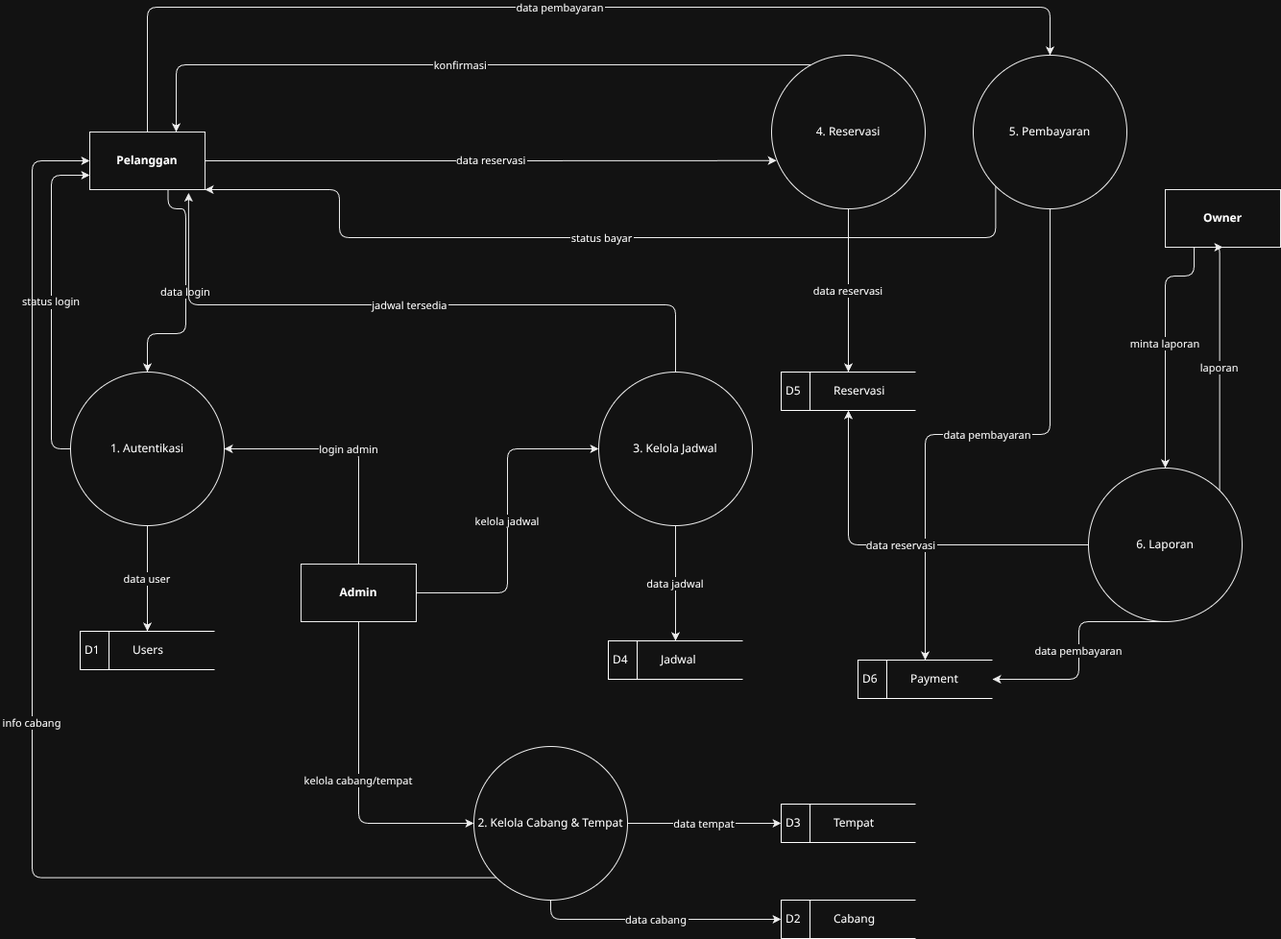
Before: assets/DFD/DFD-Level-0.png, a diagram exported from draw.io (amdqeis/IMPAL). Source tidied: cells renumbered, new cells last; positions are measured from the earlier drawing's top-left corner, leaving out a move shared by most shapes.
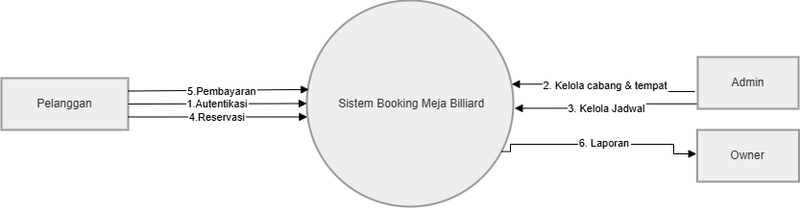
The same diagram one commit later.

What changed in the source:
```diff
@@ -1,166 +1,47 @@
 <mxGraphModel>
   <root>
-    <mxCell id="0" />
-    <mxCell id="1" parent="0" />
+    <mxCell id="38" />
+    <mxCell id="39" parent="38" />
-    <mxCell id="2" value="Pelanggan" style="shape=rectangle;strokeColor=black;fillColor=#ffffff;whiteSpace=wrap;fontSize=12;fontStyle=1;" parent="1" vertex="1">
-      <mxGeometry x="60" y="130" width="120" height="60" as="geometry" />
+    <mxCell id="2" value="Pelanggan" style="whiteSpace=wrap;strokeWidth=2;fillColor=light-dark(#eeeeee,#1f2020);strokeColor=light-dark(#999999,#cccccc);fontColor=light-dark(#333333,#cccccc);" parent="39" vertex="1">
+      <mxGeometry x="180" y="-489" width="132" height="54" as="geometry" />
     </mxCell>
-    <mxCell id="3" value="Admin" style="shape=rectangle;strokeColor=black;fillColor=#ffffff;whiteSpace=wrap;fontSize=12;fontStyle=1;" parent="1" vertex="1">
-      <mxGeometry x="280" y="580" width="120" height="60" as="geometry" />
+    <mxCell id="3" value="Admin" style="whiteSpace=wrap;strokeWidth=2;fillColor=light-dark(#eeeeee,#1f2020);strokeColor=light-dark(#999999,#cccccc);fontColor=light-dark(#333333,#cccccc);" parent="39" vertex="1">
+      <mxGeometry x="905" y="-511" width="105" height="54" as="geometry" />
     </mxCell>
-    <mxCell id="4" value="Owner" style="shape=rectangle;strokeColor=black;fillColor=#ffffff;whiteSpace=wrap;fontSize=12;fontStyle=1;" parent="1" vertex="1">
-      <mxGeometry x="1180" y="190" width="120" height="60" as="geometry" />
+    <mxCell id="4" value="Owner" style="whiteSpace=wrap;strokeWidth=2;fillColor=light-dark(#eeeeee,#1f2020);strokeColor=light-dark(#999999,#cccccc);fontColor=light-dark(#333333,#cccccc);" parent="39" vertex="1">
+      <mxGeometry x="904.5" y="-435" width="106" height="54" as="geometry" />
     </mxCell>
-    <mxCell id="5" value="1. Autentikasi" style="ellipse;strokeColor=black;fillColor=none;whiteSpace=wrap;" parent="1" vertex="1">
-      <mxGeometry x="40" y="380" width="160" height="160" as="geometry" />
-    </mxCell>
-    <mxCell id="6" value="2. Kelola Cabang &amp; Tempat" style="ellipse;strokeColor=black;fillColor=none;whiteSpace=wrap;" parent="1" vertex="1">
-      <mxGeometry x="460" y="770" width="160" height="160" as="geometry" />
-    </mxCell>
+    <mxCell id="40" value=" Sistem Booking Meja Billiard" style="ellipse;strokeWidth=2;whiteSpace=wrap;fillColor=light-dark(#eeeeee,#1f2020);strokeColor=light-dark(#999999,#cccccc);fontColor=light-dark(#333333,#cccccc);" parent="39" vertex="1">
+      <mxGeometry x="498" y="-570" width="215" height="215" as="geometry" />
+    </mxCell>
+    <mxCell id="41" value="1.Autentikasi" style="curved=0;startArrow=none;endArrow=block;exitX=1;exitY=0.5;entryX=0;entryY=0.5;rounded=0;exitDx=0;exitDy=0;entryDx=0;entryDy=0;" parent="39" edge="1" source="2" target="40">
+      <mxGeometry relative="1" as="geometry" />
+    </mxCell>
+    <mxCell id="42" value="2. Kelola cabang &amp; tempat" style="startArrow=none;endArrow=block;exitX=-0.029;exitY=0.667;entryX=0.992;entryY=0.406;rounded=0;exitDx=0;exitDy=0;exitPerimeter=0;entryDx=0;entryDy=0;entryPerimeter=0;edgeStyle=orthogonalEdgeStyle;" parent="39" edge="1" source="3" target="40">
+      <mxGeometry relative="1" as="geometry" />
+    </mxCell>
-    <mxCell id="7" value="3. Kelola Jadwal" style="ellipse;strokeColor=black;fillColor=none;whiteSpace=wrap;" parent="1" vertex="1">
-      <mxGeometry x="590" y="380" width="160" height="160" as="geometry" />
+    <mxCell id="7" value="3. Kelola Jadwal" style="startArrow=none;endArrow=block;exitX=-0.01;exitY=0.904;entryX=1.006;entryY=0.523;rounded=0;exitDx=0;exitDy=0;exitPerimeter=0;entryDx=0;entryDy=0;entryPerimeter=0;edgeStyle=orthogonalEdgeStyle;" parent="39" edge="1" source="3" target="40">
+      <mxGeometry x="0.02" y="1" relative="1" as="geometry">
+        <mxPoint x="1" y="-1" as="offset" />
+      </mxGeometry>
     </mxCell>
-    <mxCell id="8" value="4. Reservasi" style="ellipse;strokeColor=black;fillColor=none;whiteSpace=wrap;" parent="1" vertex="1">
-      <mxGeometry x="770" y="50" width="160" height="160" as="geometry" />
-    </mxCell>
-    <mxCell id="9" value="5. Pembayaran" style="ellipse;strokeColor=black;fillColor=none;whiteSpace=wrap;" parent="1" vertex="1">
-      <mxGeometry x="980" y="50" width="160" height="160" as="geometry" />
-    </mxCell>
+    <mxCell id="43" value="4.Reservasi" style="curved=0;startArrow=none;endArrow=block;exitX=1;exitY=0.75;entryX=0.002;entryY=0.565;rounded=0;exitDx=0;exitDy=0;entryDx=0;entryDy=0;entryPerimeter=0;" parent="39" edge="1" source="2" target="40">
+      <mxGeometry relative="1" as="geometry" />
+    </mxCell>
+    <mxCell id="44" value="5.Pembayaran" style="curved=0;startArrow=none;endArrow=block;exitX=1;exitY=0.25;entryX=0.01;entryY=0.432;rounded=0;exitDx=0;exitDy=0;entryDx=0;entryDy=0;entryPerimeter=0;" parent="39" edge="1" source="2" target="40">
+      <mxGeometry x="0.04" y="-1" relative="1" as="geometry" />
+    </mxCell>
-    <mxCell id="10" value="6. Laporan" style="ellipse;strokeColor=black;fillColor=none;whiteSpace=wrap;" parent="1" vertex="1">
-      <mxGeometry x="1100" y="480" width="160" height="160" as="geometry" />
+    <mxCell id="10" value="6. Laporan" style="startArrow=none;endArrow=block;exitX=0.944;exitY=0.733;rounded=0;exitDx=0;exitDy=0;exitPerimeter=0;edgeStyle=orthogonalEdgeStyle;entryX=-0.008;entryY=0.445;entryDx=0;entryDy=0;entryPerimeter=0;" parent="39" edge="1" source="40" target="4">
+      <mxGeometry x="0.02" y="1" relative="1" as="geometry">
+        <Array as="points">
+          <mxPoint x="710" y="-412" />
+          <mxPoint x="710" y="-420" />
+          <mxPoint x="880" y="-420" />
+          <mxPoint x="880" y="-410" />
+          <mxPoint x="904" y="-410" />
+        </Array>
+        <mxPoint x="1" y="-1" as="offset" />
+      </mxGeometry>
     </mxCell>
-    <mxCell id="11" value="data login" style="edgeStyle=orthogonalEdgeStyle;rounded=1;strokeColor=black;exitX=0.679;exitY=1;exitDx=0;exitDy=0;exitPerimeter=0;" parent="1" edge="1" source="2" target="5">
-      <mxGeometry relative="1" as="geometry">
-        <Array as="points">
-          <mxPoint x="141" y="210" />
-          <mxPoint x="160" y="210" />
-          <mxPoint x="160" y="340" />
-          <mxPoint x="120" y="340" />
-        </Array>
-      </mxGeometry>
-    </mxCell>
-    <mxCell id="12" value="status login" style="edgeStyle=orthogonalEdgeStyle;rounded=1;strokeColor=black;entryX=0;entryY=0.75;entryDx=0;entryDy=0;" parent="1" edge="1" source="5" target="2">
-      <mxGeometry relative="1" as="geometry">
-        <Array as="points">
-          <mxPoint x="20" y="460" />
-          <mxPoint x="20" y="175" />
-        </Array>
-      </mxGeometry>
-    </mxCell>
-    <mxCell id="13" value="login admin" style="edgeStyle=orthogonalEdgeStyle;rounded=1;strokeColor=black;exitX=0.5;exitY=0;exitDx=0;exitDy=0;entryX=1;entryY=0.5;entryDx=0;entryDy=0;" parent="1" edge="1" source="3" target="5">
-      <mxGeometry relative="1" as="geometry" />
-    </mxCell>
-    <mxCell id="14" value="data user" style="edgeStyle=orthogonalEdgeStyle;rounded=1;strokeColor=black;exitX=0.5;exitY=1;exitDx=0;exitDy=0;entryX=0.5;entryY=0;entryDx=0;entryDy=0;" parent="1" edge="1" source="5" target="35">
-      <mxGeometry relative="1" as="geometry" />
-    </mxCell>
-    <mxCell id="15" value="kelola cabang/tempat" style="edgeStyle=orthogonalEdgeStyle;rounded=1;strokeColor=black;exitX=0.5;exitY=1;exitDx=0;exitDy=0;entryX=0;entryY=0.5;entryDx=0;entryDy=0;" parent="1" edge="1" source="3" target="6">
-      <mxGeometry relative="1" as="geometry" />
-    </mxCell>
-    <mxCell id="16" value="data cabang" style="edgeStyle=orthogonalEdgeStyle;rounded=1;strokeColor=black;exitX=0.5;exitY=1;exitDx=0;exitDy=0;entryX=0;entryY=0.5;entryDx=0;entryDy=0;" parent="1" edge="1" source="6" target="32">
-      <mxGeometry relative="1" as="geometry" />
-    </mxCell>
-    <mxCell id="17" value="data tempat" style="edgeStyle=orthogonalEdgeStyle;rounded=1;strokeColor=black;exitX=1;exitY=0.5;exitDx=0;exitDy=0;entryX=0;entryY=0.5;entryDx=0;entryDy=0;" parent="1" edge="1" source="6" target="33">
-      <mxGeometry relative="1" as="geometry" />
-    </mxCell>
-    <mxCell id="18" value="info cabang" style="edgeStyle=orthogonalEdgeStyle;rounded=1;strokeColor=black;exitX=0;exitY=1;exitDx=0;exitDy=0;entryX=0;entryY=0.5;entryDx=0;entryDy=0;" parent="1" edge="1" source="6" target="2">
-      <mxGeometry relative="1" as="geometry">
-        <Array as="points">
-          <mxPoint y="907" />
-          <mxPoint y="160" />
-        </Array>
-      </mxGeometry>
-    </mxCell>
-    <mxCell id="19" value="kelola jadwal" style="edgeStyle=orthogonalEdgeStyle;rounded=1;strokeColor=black;exitX=1;exitY=0.5;exitDx=0;exitDy=0;entryX=0;entryY=0.5;entryDx=0;entryDy=0;" parent="1" edge="1" source="3" target="7">
-      <mxGeometry relative="1" as="geometry" />
-    </mxCell>
-    <mxCell id="20" value="data jadwal" style="edgeStyle=orthogonalEdgeStyle;rounded=1;strokeColor=black;exitX=0.5;exitY=1;exitDx=0;exitDy=0;entryX=0.5;entryY=0;entryDx=0;entryDy=0;" parent="1" edge="1" source="7" target="34">
-      <mxGeometry relative="1" as="geometry" />
-    </mxCell>
-    <mxCell id="21" value="jadwal tersedia" style="edgeStyle=orthogonalEdgeStyle;rounded=1;strokeColor=black;exitX=0.5;exitY=0;exitDx=0;exitDy=0;entryX=0.857;entryY=1.057;entryDx=0;entryDy=0;entryPerimeter=0;" parent="1" edge="1" source="7" target="2">
-      <mxGeometry relative="1" as="geometry">
-        <Array as="points">
-          <mxPoint x="670" y="310" />
-          <mxPoint x="163" y="310" />
-        </Array>
-      </mxGeometry>
-    </mxCell>
-    <mxCell id="22" value="data reservasi" style="edgeStyle=orthogonalEdgeStyle;rounded=1;strokeColor=black;exitX=1;exitY=0.5;exitDx=0;exitDy=0;entryX=0.032;entryY=0.686;entryDx=0;entryDy=0;entryPerimeter=0;" parent="1" edge="1" source="2" target="8">
-      <mxGeometry relative="1" as="geometry" />
-    </mxCell>
-    <mxCell id="23" value="data reservasi" style="edgeStyle=orthogonalEdgeStyle;rounded=1;strokeColor=black;exitX=0.5;exitY=1;exitDx=0;exitDy=0;entryX=0.5;entryY=0;entryDx=0;entryDy=0;" parent="1" edge="1" source="8" target="36">
-      <mxGeometry relative="1" as="geometry" />
-    </mxCell>
-    <mxCell id="24" value="konfirmasi" style="edgeStyle=orthogonalEdgeStyle;rounded=1;strokeColor=black;entryX=0.75;entryY=0;entryDx=0;entryDy=0;" parent="1" edge="1" source="8" target="2">
-      <mxGeometry relative="1" as="geometry">
-        <Array as="points">
-          <mxPoint x="150" y="60" />
-        </Array>
-      </mxGeometry>
-    </mxCell>
-    <mxCell id="25" value="data pembayaran" style="edgeStyle=orthogonalEdgeStyle;rounded=1;strokeColor=black;exitX=0.5;exitY=0;exitDx=0;exitDy=0;entryX=0.5;entryY=0;entryDx=0;entryDy=0;" parent="1" edge="1" source="2" target="9">
-      <mxGeometry relative="1" as="geometry">
-        <Array as="points">
-          <mxPoint x="240" />
-          <mxPoint x="1180" />
-        </Array>
-      </mxGeometry>
-    </mxCell>
-    <mxCell id="26" value="data pembayaran" style="edgeStyle=orthogonalEdgeStyle;rounded=1;strokeColor=black;exitX=0.5;exitY=1;exitDx=0;exitDy=0;entryX=0.5;entryY=0;entryDx=0;entryDy=0;" parent="1" edge="1" source="9" target="37">
-      <mxGeometry relative="1" as="geometry" />
-    </mxCell>
-    <mxCell id="27" value="status bayar" style="edgeStyle=orthogonalEdgeStyle;rounded=1;strokeColor=black;exitX=0;exitY=1;exitDx=0;exitDy=0;entryX=1;entryY=1;entryDx=0;entryDy=0;" parent="1" edge="1" source="9" target="2">
-      <mxGeometry relative="1" as="geometry">
-        <Array as="points">
-          <mxPoint x="1003" y="240" />
-          <mxPoint x="320" y="240" />
-          <mxPoint x="320" y="190" />
-        </Array>
-      </mxGeometry>
-    </mxCell>
-    <mxCell id="28" value="minta laporan" style="edgeStyle=orthogonalEdgeStyle;rounded=1;strokeColor=black;exitX=0.25;exitY=1;exitDx=0;exitDy=0;entryX=0.5;entryY=0;entryDx=0;entryDy=0;" parent="1" edge="1" source="4" target="10">
-      <mxGeometry relative="1" as="geometry">
-        <Array as="points">
-          <mxPoint x="1210" y="280" />
-          <mxPoint x="1180" y="280" />
-        </Array>
-      </mxGeometry>
-    </mxCell>
-    <mxCell id="29" value="data reservasi" style="edgeStyle=orthogonalEdgeStyle;rounded=1;strokeColor=black;exitX=0;exitY=0.5;exitDx=0;exitDy=0;entryX=0.5;entryY=1;entryDx=0;entryDy=0;" parent="1" edge="1" source="10" target="36">
-      <mxGeometry relative="1" as="geometry">
-        <Array as="points">
-          <mxPoint x="850" y="560" />
-        </Array>
-      </mxGeometry>
-    </mxCell>
-    <mxCell id="30" value="data pembayaran" style="edgeStyle=orthogonalEdgeStyle;rounded=1;strokeColor=black;entryX=1;entryY=0.5;entryDx=0;entryDy=0;" parent="1" edge="1" target="37">
-      <mxGeometry relative="1" as="geometry">
-        <mxPoint x="1180" y="640" as="sourcePoint" />
-      </mxGeometry>
-    </mxCell>
-    <mxCell id="31" value="laporan" style="edgeStyle=orthogonalEdgeStyle;rounded=1;strokeColor=black;entryX=0.5;entryY=1;entryDx=0;entryDy=0;exitX=1;exitY=0;exitDx=0;exitDy=0;" parent="1" edge="1" source="10" target="4">
-      <mxGeometry relative="1" as="geometry">
-        <Array as="points">
-          <mxPoint x="1237" y="250" />
-        </Array>
-      </mxGeometry>
-    </mxCell>
-    <mxCell id="32" value="D2&lt;span style=&quot;white-space: pre;&quot;&gt;&#9;&lt;/span&gt;&lt;span style=&quot;white-space: pre;&quot;&gt;&#9;&lt;/span&gt;Cabang" style="html=1;dashed=0;whiteSpace=wrap;shape=mxgraph.dfd.dataStoreID;align=left;spacingLeft=3;points=[[0,0],[0.5,0],[1,0],[0,0.5],[1,0.5],[0,1],[0.5,1],[1,1]];" parent="1" vertex="1">
-      <mxGeometry x="780" y="930" width="140" height="40" as="geometry" />
-    </mxCell>
-    <mxCell id="33" value="D3&lt;span style=&quot;white-space: pre;&quot;&gt;&#9;&lt;/span&gt;&lt;span style=&quot;white-space: pre;&quot;&gt;&#9;&lt;/span&gt;Tempat" style="html=1;dashed=0;whiteSpace=wrap;shape=mxgraph.dfd.dataStoreID;align=left;spacingLeft=3;points=[[0,0],[0.5,0],[1,0],[0,0.5],[1,0.5],[0,1],[0.5,1],[1,1]];" parent="1" vertex="1">
-      <mxGeometry x="780" y="830" width="140" height="40" as="geometry" />
-    </mxCell>
-    <mxCell id="34" value="D4&lt;span style=&quot;white-space: pre;&quot;&gt;&#9;&lt;/span&gt;&lt;span style=&quot;white-space: pre;&quot;&gt;&#9;&lt;/span&gt;Jadwal" style="html=1;dashed=0;whiteSpace=wrap;shape=mxgraph.dfd.dataStoreID;align=left;spacingLeft=3;points=[[0,0],[0.5,0],[1,0],[0,0.5],[1,0.5],[0,1],[0.5,1],[1,1]];" parent="1" vertex="1">
-      <mxGeometry x="600" y="660" width="140" height="40" as="geometry" />
-    </mxCell>
-    <mxCell id="35" value="D1&lt;span style=&quot;white-space: pre;&quot;&gt;&#9;&lt;/span&gt;&lt;span style=&quot;white-space: pre;&quot;&gt;&#9;&lt;/span&gt;Users" style="html=1;dashed=0;whiteSpace=wrap;shape=mxgraph.dfd.dataStoreID;align=left;spacingLeft=3;points=[[0,0],[0.5,0],[1,0],[0,0.5],[1,0.5],[0,1],[0.5,1],[1,1]];" parent="1" vertex="1">
-      <mxGeometry x="50" y="650" width="140" height="40" as="geometry" />
-    </mxCell>
-    <mxCell id="36" value="D5&lt;span style=&quot;white-space: pre;&quot;&gt;&#9;&lt;/span&gt;&lt;span style=&quot;white-space: pre;&quot;&gt;&#9;&lt;/span&gt;Reservasi" style="html=1;dashed=0;whiteSpace=wrap;shape=mxgraph.dfd.dataStoreID;align=left;spacingLeft=3;points=[[0,0],[0.5,0],[1,0],[0,0.5],[1,0.5],[0,1],[0.5,1],[1,1]];" parent="1" vertex="1">
-      <mxGeometry x="780" y="380" width="140" height="40" as="geometry" />
-    </mxCell>
-    <mxCell id="37" value="D6&lt;span style=&quot;white-space: pre;&quot;&gt;&#9;&lt;/span&gt;&lt;span style=&quot;white-space: pre;&quot;&gt;&#9;&lt;/span&gt;Payment" style="html=1;dashed=0;whiteSpace=wrap;shape=mxgraph.dfd.dataStoreID;align=left;spacingLeft=3;points=[[0,0],[0.5,0],[1,0],[0,0.5],[1,0.5],[0,1],[0.5,1],[1,1]];" parent="1" vertex="1">
-      <mxGeometry x="860" y="680" width="140" height="40" as="geometry" />
-    </mxCell>
   </root>
 </mxGraphModel>
```
